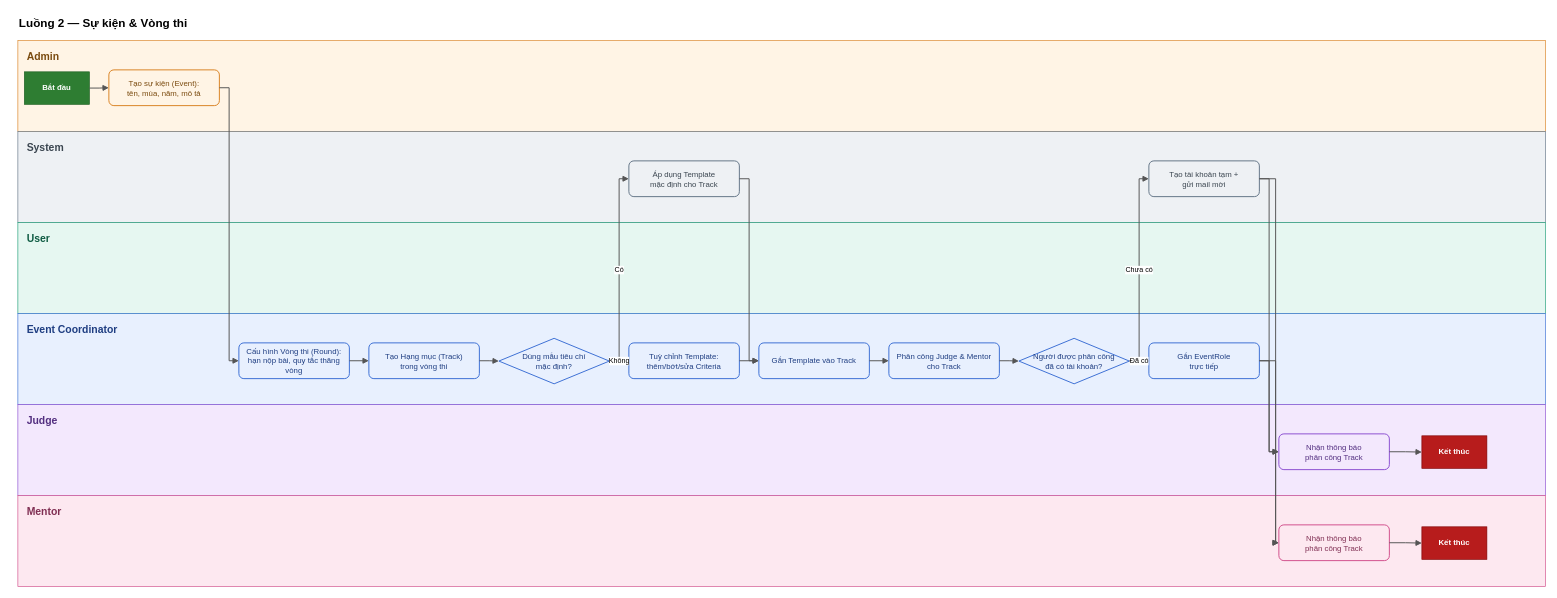
The draw.io diagram docs/swimlane/SEAL_flow2_event.drawio in SU26-SWP-BL3W/SU26_SWP_BL3W_BE, before the edit. Source tidied: cells renumbered, new cells numbered last; positions are measured from the earlier drawing's top-left corner, leaving out a move shared by most shapes. Both pictures are drawn from the tidied source at 65%, with x=0, y=0 at pixel (18, 11).
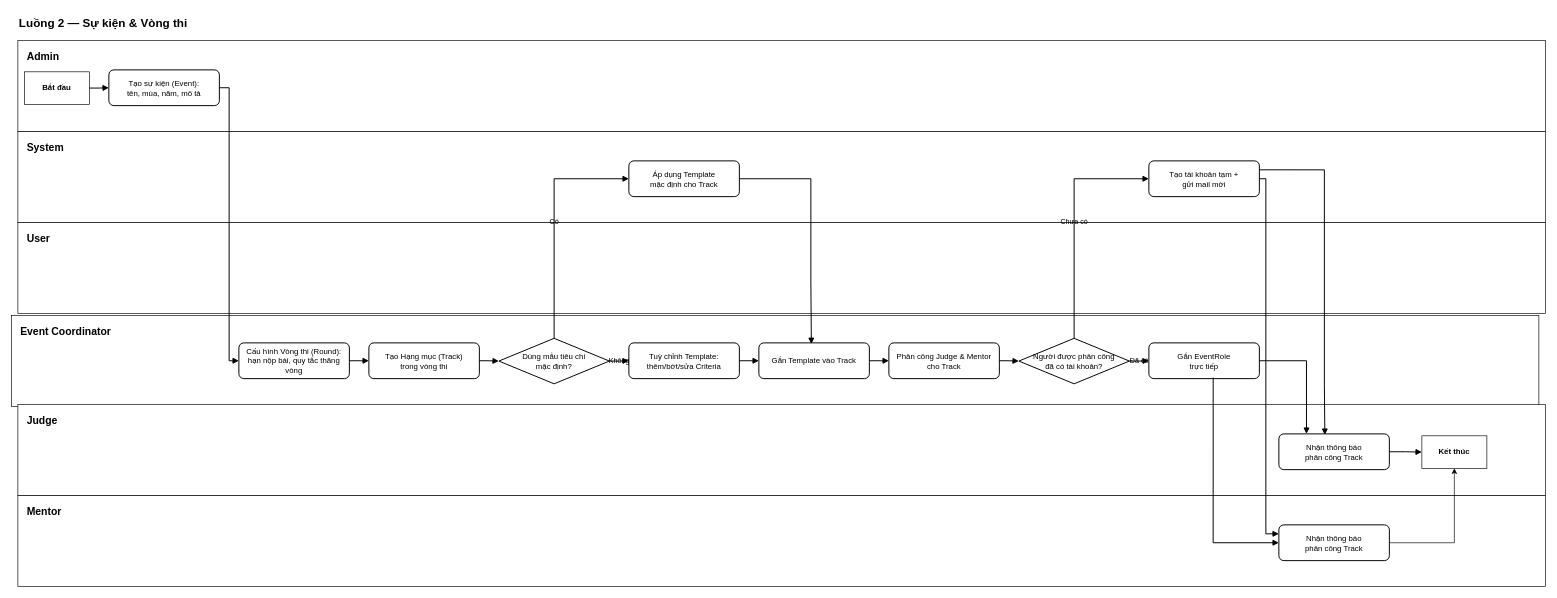
The same page after the edit.

Diff of the diagram source:
```diff
@@
-    <mxCell id="2" value="Luồng 2 — Sự kiện &amp; Vòng thi" style="text;html=1;fontSize=18;fontStyle=1;align=left;verticalAlign=middle;" parent="1" vertex="1">
+    <mxCell id="2" value="Luồng 2 — Sự kiện &amp; Vòng thi" style="text;html=1;fontSize=18;fontStyle=1;align=left;verticalAlign=middle;labelBackgroundColor=none;" parent="1" vertex="1">
       <mxGeometry width="600" height="35" as="geometry" />
     </mxCell>
-    <mxCell id="3" value="Admin" style="rounded=0;whiteSpace=wrap;html=1;fillColor=#FFF4E5;strokeColor=#D98324;fontColor=#7A4A0E;fontSize=16;fontStyle=1;align=left;verticalAlign=top;spacingLeft=12;spacingTop=8;" parent="1" vertex="1">
+    <mxCell id="3" value="Admin" style="rounded=0;whiteSpace=wrap;html=1;fontSize=16;fontStyle=1;align=left;verticalAlign=top;spacingLeft=12;spacingTop=8;labelBackgroundColor=none;" parent="1" vertex="1">
       <mxGeometry y="45" width="2350" height="140" as="geometry" />
     </mxCell>
-    <mxCell id="4" value="System" style="rounded=0;whiteSpace=wrap;html=1;fillColor=#EEF1F4;strokeColor=#647687;fontColor=#3B4650;fontSize=16;fontStyle=1;align=left;verticalAlign=top;spacingLeft=12;spacingTop=8;" parent="1" vertex="1">
+    <mxCell id="4" value="System" style="rounded=0;whiteSpace=wrap;html=1;fontSize=16;fontStyle=1;align=left;verticalAlign=top;spacingLeft=12;spacingTop=8;labelBackgroundColor=none;" parent="1" vertex="1">
       <mxGeometry y="185" width="2350" height="140" as="geometry" />
     </mxCell>
-    <mxCell id="5" value="User" style="rounded=0;whiteSpace=wrap;html=1;fillColor=#E6F7F1;strokeColor=#1E9E77;fontColor=#0F5C43;fontSize=16;fontStyle=1;align=left;verticalAlign=top;spacingLeft=12;spacingTop=8;" parent="1" vertex="1">
+    <mxCell id="5" value="User" style="rounded=0;whiteSpace=wrap;html=1;fontSize=16;fontStyle=1;align=left;verticalAlign=top;spacingLeft=12;spacingTop=8;labelBackgroundColor=none;" parent="1" vertex="1">
       <mxGeometry y="325" width="2350" height="140" as="geometry" />
     </mxCell>
-    <mxCell id="6" value="Event Coordinator" style="rounded=0;whiteSpace=wrap;html=1;fillColor=#E8F0FE;strokeColor=#3B6FD4;fontColor=#1F3E82;fontSize=16;fontStyle=1;align=left;verticalAlign=top;spacingLeft=12;spacingTop=8;" parent="1" vertex="1">
-      <mxGeometry y="465" width="2350" height="140" as="geometry" />
+    <mxCell id="6" value="Event Coordinator" style="rounded=0;whiteSpace=wrap;html=1;fontSize=16;fontStyle=1;align=left;verticalAlign=top;spacingLeft=12;spacingTop=8;labelBackgroundColor=none;" parent="1" vertex="1">
+      <mxGeometry x="-10" y="468" width="2350" height="140" as="geometry" />
     </mxCell>
-    <mxCell id="7" value="Judge" style="rounded=0;whiteSpace=wrap;html=1;fillColor=#F3E8FD;strokeColor=#8B4FD1;fontColor=#532F80;fontSize=16;fontStyle=1;align=left;verticalAlign=top;spacingLeft=12;spacingTop=8;" parent="1" vertex="1">
+    <mxCell id="7" value="Judge" style="rounded=0;whiteSpace=wrap;html=1;fontSize=16;fontStyle=1;align=left;verticalAlign=top;spacingLeft=12;spacingTop=8;labelBackgroundColor=none;" parent="1" vertex="1">
       <mxGeometry y="605" width="2350" height="140" as="geometry" />
     </mxCell>
-    <mxCell id="8" value="Mentor" style="rounded=0;whiteSpace=wrap;html=1;fillColor=#FDE8F0;strokeColor=#D14F8B;fontColor=#802F53;fontSize=16;fontStyle=1;align=left;verticalAlign=top;spacingLeft=12;spacingTop=8;" parent="1" vertex="1">
+    <mxCell id="8" value="Mentor" style="rounded=0;whiteSpace=wrap;html=1;fontSize=16;fontStyle=1;align=left;verticalAlign=top;spacingLeft=12;spacingTop=8;labelBackgroundColor=none;" parent="1" vertex="1">
       <mxGeometry y="745" width="2350" height="140" as="geometry" />
     </mxCell>
-    <mxCell id="9" value="Bắt đầu" style="terminator;whiteSpace=wrap;html=1;fontSize=12;fontStyle=1;fillColor=#2E7D32;strokeColor=#1B5E20;fontColor=#ffffff;" parent="1" vertex="1">
+    <mxCell id="9" value="Bắt đầu" style="terminator;whiteSpace=wrap;html=1;fontSize=12;fontStyle=1;labelBackgroundColor=none;" parent="1" vertex="1">
       <mxGeometry x="10" y="93" width="100" height="50" as="geometry" />
     </mxCell>
-    <mxCell id="10" value="Tạo sự kiện (Event):&#10;tên, mùa, năm, mô tả" style="rounded=1;whiteSpace=wrap;html=1;arcSize=14;fontSize=12;strokeWidth=1.5;fillColor=#FFF4E5;strokeColor=#D98324;fontColor=#7A4A0E;" parent="1" vertex="1">
+    <mxCell id="10" value="Tạo sự kiện (Event):&#10;tên, mùa, năm, mô tả" style="rounded=1;whiteSpace=wrap;html=1;arcSize=14;fontSize=12;strokeWidth=1.5;labelBackgroundColor=none;" parent="1" vertex="1">
       <mxGeometry x="140" y="90" width="170" height="55" as="geometry" />
     </mxCell>
-    <mxCell id="11" value="Cấu hình Vòng thi (Round):&#10;hạn nộp bài, quy tắc thăng vòng" style="rounded=1;whiteSpace=wrap;html=1;arcSize=14;fontSize=12;strokeWidth=1.5;fillColor=#E8F0FE;strokeColor=#3B6FD4;fontColor=#1F3E82;" parent="1" vertex="1">
+    <mxCell id="11" value="Cấu hình Vòng thi (Round):&#10;hạn nộp bài, quy tắc thăng vòng" style="rounded=1;whiteSpace=wrap;html=1;arcSize=14;fontSize=12;strokeWidth=1.5;labelBackgroundColor=none;" parent="1" vertex="1">
       <mxGeometry x="340" y="510" width="170" height="55" as="geometry" />
     </mxCell>
-    <mxCell id="12" value="Tạo Hạng mục (Track)&#10;trong vòng thi" style="rounded=1;whiteSpace=wrap;html=1;arcSize=14;fontSize=12;strokeWidth=1.5;fillColor=#E8F0FE;strokeColor=#3B6FD4;fontColor=#1F3E82;" parent="1" vertex="1">
+    <mxCell id="12" value="Tạo Hạng mục (Track)&#10;trong vòng thi" style="rounded=1;whiteSpace=wrap;html=1;arcSize=14;fontSize=12;strokeWidth=1.5;labelBackgroundColor=none;" parent="1" vertex="1">
       <mxGeometry x="540" y="510" width="170" height="55" as="geometry" />
     </mxCell>
-    <mxCell id="13" value="Dùng mẫu tiêu chí&#10;mặc định?" style="rhombus;whiteSpace=wrap;html=1;fontSize=12;strokeWidth=1.5;fillColor=#E8F0FE;strokeColor=#3B6FD4;fontColor=#1F3E82;" parent="1" vertex="1">
+    <mxCell id="13" value="Dùng mẫu tiêu chí&#10;mặc định?" style="rhombus;whiteSpace=wrap;html=1;fontSize=12;strokeWidth=1.5;labelBackgroundColor=none;" parent="1" vertex="1">
       <mxGeometry x="740" y="503" width="170" height="70" as="geometry" />
     </mxCell>
-    <mxCell id="14" value="Áp dụng Template&#10;mặc định cho Track" style="rounded=1;whiteSpace=wrap;html=1;arcSize=14;fontSize=12;strokeWidth=1.5;fillColor=#EEF1F4;strokeColor=#647687;fontColor=#3B4650;" parent="1" vertex="1">
+    <mxCell id="14" value="Áp dụng Template&#10;mặc định cho Track" style="rounded=1;whiteSpace=wrap;html=1;arcSize=14;fontSize=12;strokeWidth=1.5;labelBackgroundColor=none;" parent="1" vertex="1">
       <mxGeometry x="940" y="230" width="170" height="55" as="geometry" />
     </mxCell>
-    <mxCell id="15" value="Tuỳ chỉnh Template:&#10;thêm/bớt/sửa Criteria" style="rounded=1;whiteSpace=wrap;html=1;arcSize=14;fontSize=12;strokeWidth=1.5;fillColor=#E8F0FE;strokeColor=#3B6FD4;fontColor=#1F3E82;" parent="1" vertex="1">
+    <mxCell id="15" value="Tuỳ chỉnh Template:&#10;thêm/bớt/sửa Criteria" style="rounded=1;whiteSpace=wrap;html=1;arcSize=14;fontSize=12;strokeWidth=1.5;labelBackgroundColor=none;" parent="1" vertex="1">
       <mxGeometry x="940" y="510" width="170" height="55" as="geometry" />
     </mxCell>
-    <mxCell id="16" value="Gắn Template vào Track" style="rounded=1;whiteSpace=wrap;html=1;arcSize=14;fontSize=12;strokeWidth=1.5;fillColor=#E8F0FE;strokeColor=#3B6FD4;fontColor=#1F3E82;" parent="1" vertex="1">
+    <mxCell id="16" value="Gắn Template vào Track" style="rounded=1;whiteSpace=wrap;html=1;arcSize=14;fontSize=12;strokeWidth=1.5;labelBackgroundColor=none;" parent="1" vertex="1">
       <mxGeometry x="1140" y="510" width="170" height="55" as="geometry" />
     </mxCell>
-    <mxCell id="17" value="Phân công Judge &amp; Mentor&#10;cho Track" style="rounded=1;whiteSpace=wrap;html=1;arcSize=14;fontSize=12;strokeWidth=1.5;fillColor=#E8F0FE;strokeColor=#3B6FD4;fontColor=#1F3E82;" parent="1" vertex="1">
+    <mxCell id="17" value="Phân công Judge &amp; Mentor&#10;cho Track" style="rounded=1;whiteSpace=wrap;html=1;arcSize=14;fontSize=12;strokeWidth=1.5;labelBackgroundColor=none;" parent="1" vertex="1">
       <mxGeometry x="1340" y="510" width="170" height="55" as="geometry" />
     </mxCell>
-    <mxCell id="18" value="Người được phân công&#10;đã có tài khoản?" style="rhombus;whiteSpace=wrap;html=1;fontSize=12;strokeWidth=1.5;fillColor=#E8F0FE;strokeColor=#3B6FD4;fontColor=#1F3E82;" parent="1" vertex="1">
+    <mxCell id="18" value="Người được phân công&#10;đã có tài khoản?" style="rhombus;whiteSpace=wrap;html=1;fontSize=12;strokeWidth=1.5;labelBackgroundColor=none;" parent="1" vertex="1">
       <mxGeometry x="1540" y="503" width="170" height="70" as="geometry" />
     </mxCell>
-    <mxCell id="19" value="Tạo tài khoản tạm +&#10;gửi mail mời" style="rounded=1;whiteSpace=wrap;html=1;arcSize=14;fontSize=12;strokeWidth=1.5;fillColor=#EEF1F4;strokeColor=#647687;fontColor=#3B4650;" parent="1" vertex="1">
+    <mxCell id="19" value="Tạo tài khoản tạm +&#10;gửi mail mời" style="rounded=1;whiteSpace=wrap;html=1;arcSize=14;fontSize=12;strokeWidth=1.5;labelBackgroundColor=none;" parent="1" vertex="1">
       <mxGeometry x="1740" y="230" width="170" height="55" as="geometry" />
     </mxCell>
-    <mxCell id="20" value="Gắn EventRole&#10;trực tiếp" style="rounded=1;whiteSpace=wrap;html=1;arcSize=14;fontSize=12;strokeWidth=1.5;fillColor=#E8F0FE;strokeColor=#3B6FD4;fontColor=#1F3E82;" parent="1" vertex="1">
+    <mxCell id="20" value="Gắn EventRole&#10;trực tiếp" style="rounded=1;whiteSpace=wrap;html=1;arcSize=14;fontSize=12;strokeWidth=1.5;labelBackgroundColor=none;" parent="1" vertex="1">
       <mxGeometry x="1740" y="510" width="170" height="55" as="geometry" />
     </mxCell>
-    <mxCell id="21" value="Nhận thông báo&#10;phân công Track" style="rounded=1;whiteSpace=wrap;html=1;arcSize=14;fontSize=12;strokeWidth=1.5;fillColor=#F3E8FD;strokeColor=#8B4FD1;fontColor=#532F80;" parent="1" vertex="1">
+    <mxCell id="21" value="Nhận thông báo&#10;phân công Track" style="rounded=1;whiteSpace=wrap;html=1;arcSize=14;fontSize=12;strokeWidth=1.5;labelBackgroundColor=none;" parent="1" vertex="1">
       <mxGeometry x="1940" y="650" width="170" height="55" as="geometry" />
     </mxCell>
+    <mxCell id="43" style="edgeStyle=orthogonalEdgeStyle;rounded=0;jettySize=auto;html=1;entryX=0.5;entryY=1;entryDx=0;entryDy=0;labelBackgroundColor=none;fontColor=default;" parent="1" edge="1" source="22" target="23">
+      <mxGeometry relative="1" as="geometry" />
+    </mxCell>
-    <mxCell id="22" value="Nhận thông báo&#10;phân công Track" style="rounded=1;whiteSpace=wrap;html=1;arcSize=14;fontSize=12;strokeWidth=1.5;fillColor=#FDE8F0;strokeColor=#D14F8B;fontColor=#802F53;" parent="1" vertex="1">
+    <mxCell id="22" value="Nhận thông báo&#10;phân công Track" style="rounded=1;whiteSpace=wrap;html=1;arcSize=14;fontSize=12;strokeWidth=1.5;labelBackgroundColor=none;" parent="1" vertex="1">
       <mxGeometry x="1940" y="790" width="170" height="55" as="geometry" />
     </mxCell>
-    <mxCell id="23" value="Kết thúc" style="terminator;whiteSpace=wrap;html=1;fontSize=12;fontStyle=1;fillColor=#B71C1C;strokeColor=#7F0000;fontColor=#ffffff;" parent="1" vertex="1">
+    <mxCell id="23" value="Kết thúc" style="terminator;whiteSpace=wrap;html=1;fontSize=12;fontStyle=1;labelBackgroundColor=none;" parent="1" vertex="1">
       <mxGeometry x="2160" y="653" width="100" height="50" as="geometry" />
     </mxCell>
-    <mxCell id="24" value="Kết thúc" style="terminator;whiteSpace=wrap;html=1;fontSize=12;fontStyle=1;fillColor=#B71C1C;strokeColor=#7F0000;fontColor=#ffffff;" parent="1" vertex="1">
-      <mxGeometry x="2160" y="793" width="100" height="50" as="geometry" />
-    </mxCell>
-    <mxCell id="25" style="edgeStyle=orthogonalEdgeStyle;rounded=0;html=1;exitX=1;exitY=0.5;entryX=0;entryY=0.5;strokeColor=#555555;strokeWidth=1.5;endArrow=block;endFill=1;" parent="1" edge="1" source="9" target="10">
+    <mxCell id="25" style="edgeStyle=orthogonalEdgeStyle;rounded=0;html=1;exitX=1;exitY=0.5;entryX=0;entryY=0.5;strokeWidth=1.5;endArrow=block;endFill=1;labelBackgroundColor=none;fontColor=default;" parent="1" edge="1" source="9" target="10">
       <mxGeometry relative="1" as="geometry" />
     </mxCell>
-    <mxCell id="26" style="edgeStyle=orthogonalEdgeStyle;rounded=0;html=1;exitX=1;exitY=0.5;entryX=0;entryY=0.5;strokeColor=#555555;strokeWidth=1.5;endArrow=block;endFill=1;" parent="1" edge="1" source="21" target="23">
+    <mxCell id="26" style="edgeStyle=orthogonalEdgeStyle;rounded=0;html=1;exitX=1;exitY=0.5;entryX=0;entryY=0.5;strokeWidth=1.5;endArrow=block;endFill=1;labelBackgroundColor=none;fontColor=default;" parent="1" edge="1" source="21" target="23">
       <mxGeometry relative="1" as="geometry" />
     </mxCell>
-    <mxCell id="27" style="edgeStyle=orthogonalEdgeStyle;rounded=0;html=1;exitX=1;exitY=0.5;entryX=0;entryY=0.5;strokeColor=#555555;strokeWidth=1.5;endArrow=block;endFill=1;" parent="1" edge="1" source="22" target="24">
-      <mxGeometry relative="1" as="geometry" />
-    </mxCell>
-    <mxCell id="28" style="edgeStyle=orthogonalEdgeStyle;rounded=0;html=1;exitX=1;exitY=0.5;entryX=0;entryY=0.5;strokeColor=#555555;strokeWidth=1.5;endArrow=block;endFill=1;" parent="1" edge="1" source="10" target="11">
+    <mxCell id="28" style="edgeStyle=orthogonalEdgeStyle;rounded=0;html=1;exitX=1;exitY=0.5;entryX=0;entryY=0.5;strokeWidth=1.5;endArrow=block;endFill=1;labelBackgroundColor=none;fontColor=default;" parent="1" edge="1" source="10" target="11">
       <mxGeometry relative="1" as="geometry">
         <Array as="points">
           <mxPoint x="325" y="117" />
           <mxPoint x="325" y="537" />
         </Array>
       </mxGeometry>
     </mxCell>
-    <mxCell id="29" style="edgeStyle=orthogonalEdgeStyle;rounded=0;html=1;exitX=1;exitY=0.5;entryX=0;entryY=0.5;strokeColor=#555555;strokeWidth=1.5;endArrow=block;endFill=1;" parent="1" edge="1" source="11" target="12">
+    <mxCell id="29" style="edgeStyle=orthogonalEdgeStyle;rounded=0;html=1;exitX=1;exitY=0.5;entryX=0;entryY=0.5;strokeWidth=1.5;endArrow=block;endFill=1;labelBackgroundColor=none;fontColor=default;" parent="1" edge="1" source="11" target="12">
       <mxGeometry relative="1" as="geometry" />
     </mxCell>
-    <mxCell id="30" style="edgeStyle=orthogonalEdgeStyle;rounded=0;html=1;exitX=1;exitY=0.5;entryX=0;entryY=0.5;strokeColor=#555555;strokeWidth=1.5;endArrow=block;endFill=1;" parent="1" edge="1" source="12" target="13">
+    <mxCell id="30" style="edgeStyle=orthogonalEdgeStyle;rounded=0;html=1;exitX=1;exitY=0.5;entryX=0;entryY=0.5;strokeWidth=1.5;endArrow=block;endFill=1;labelBackgroundColor=none;fontColor=default;" parent="1" edge="1" source="12" target="13">
       <mxGeometry relative="1" as="geometry" />
     </mxCell>
-    <mxCell id="31" value="Có" style="edgeStyle=orthogonalEdgeStyle;rounded=0;html=1;exitX=1;exitY=0.5;entryX=0;entryY=0.5;strokeColor=#555555;strokeWidth=1.5;endArrow=block;endFill=1;labelBackgroundColor=#ffffff;fontSize=11;" parent="1" edge="1" source="13" target="14">
+    <mxCell id="31" value="Có" style="edgeStyle=orthogonalEdgeStyle;rounded=0;html=1;exitX=0.5;exitY=0;entryX=0;entryY=0.5;strokeWidth=1.5;endArrow=block;endFill=1;labelBackgroundColor=none;fontSize=11;exitDx=0;exitDy=0;fontColor=default;" parent="1" edge="1" source="13" target="14">
       <mxGeometry relative="1" as="geometry">
         <Array as="points">
-          <mxPoint x="925" y="538" />
-          <mxPoint x="925" y="257" />
+          <mxPoint x="825.1" y="257.5" />
         </Array>
       </mxGeometry>
     </mxCell>
-    <mxCell id="32" value="Không" style="edgeStyle=orthogonalEdgeStyle;rounded=0;html=1;exitX=1;exitY=0.5;entryX=0;entryY=0.5;strokeColor=#555555;strokeWidth=1.5;endArrow=block;endFill=1;labelBackgroundColor=#ffffff;fontSize=11;" parent="1" edge="1" source="13" target="15">
+    <mxCell id="32" value="Không" style="edgeStyle=orthogonalEdgeStyle;rounded=0;html=1;exitX=1;exitY=0.5;entryX=0;entryY=0.5;strokeWidth=1.5;endArrow=block;endFill=1;labelBackgroundColor=none;fontSize=11;fontColor=default;" parent="1" edge="1" source="13" target="15">
       <mxGeometry relative="1" as="geometry" />
     </mxCell>
-    <mxCell id="33" style="edgeStyle=orthogonalEdgeStyle;rounded=0;html=1;exitX=1;exitY=0.5;entryX=0;entryY=0.5;strokeColor=#555555;strokeWidth=1.5;endArrow=block;endFill=1;" parent="1" edge="1" source="14" target="16">
+    <mxCell id="33" style="edgeStyle=orthogonalEdgeStyle;rounded=0;html=1;exitX=1;exitY=0.5;entryX=0.475;entryY=0.033;strokeWidth=1.5;endArrow=block;endFill=1;entryDx=0;entryDy=0;entryPerimeter=0;labelBackgroundColor=none;fontColor=default;" parent="1" edge="1" source="14" target="16">
       <mxGeometry relative="1" as="geometry">
         <Array as="points">
-          <mxPoint x="1125" y="257" />
-          <mxPoint x="1125" y="537" />
+          <mxPoint x="1220" y="257.5" />
+          <mxPoint x="1220" y="415" />
+          <mxPoint x="1220.8" y="415" />
         </Array>
       </mxGeometry>
     </mxCell>
-    <mxCell id="34" style="edgeStyle=orthogonalEdgeStyle;rounded=0;html=1;exitX=1;exitY=0.5;entryX=0;entryY=0.5;strokeColor=#555555;strokeWidth=1.5;endArrow=block;endFill=1;" parent="1" edge="1" source="15" target="16">
+    <mxCell id="34" style="edgeStyle=orthogonalEdgeStyle;rounded=0;html=1;exitX=1;exitY=0.5;entryX=0;entryY=0.5;strokeWidth=1.5;endArrow=block;endFill=1;labelBackgroundColor=none;fontColor=default;" parent="1" edge="1" source="15" target="16">
       <mxGeometry relative="1" as="geometry" />
     </mxCell>
-    <mxCell id="35" style="edgeStyle=orthogonalEdgeStyle;rounded=0;html=1;exitX=1;exitY=0.5;entryX=0;entryY=0.5;strokeColor=#555555;strokeWidth=1.5;endArrow=block;endFill=1;" parent="1" edge="1" source="16" target="17">
+    <mxCell id="35" style="edgeStyle=orthogonalEdgeStyle;rounded=0;html=1;exitX=1;exitY=0.5;entryX=0;entryY=0.5;strokeWidth=1.5;endArrow=block;endFill=1;labelBackgroundColor=none;fontColor=default;" parent="1" edge="1" source="16" target="17">
       <mxGeometry relative="1" as="geometry" />
     </mxCell>
-    <mxCell id="36" style="edgeStyle=orthogonalEdgeStyle;rounded=0;html=1;exitX=1;exitY=0.5;entryX=0;entryY=0.5;strokeColor=#555555;strokeWidth=1.5;endArrow=block;endFill=1;" parent="1" edge="1" source="17" target="18">
+    <mxCell id="36" style="edgeStyle=orthogonalEdgeStyle;rounded=0;html=1;exitX=1;exitY=0.5;entryX=0;entryY=0.5;strokeWidth=1.5;endArrow=block;endFill=1;labelBackgroundColor=none;fontColor=default;" parent="1" edge="1" source="17" target="18">
       <mxGeometry relative="1" as="geometry" />
     </mxCell>
-    <mxCell id="37" value="Chưa có" style="edgeStyle=orthogonalEdgeStyle;rounded=0;html=1;exitX=1;exitY=0.5;entryX=0;entryY=0.5;strokeColor=#555555;strokeWidth=1.5;endArrow=block;endFill=1;labelBackgroundColor=#ffffff;fontSize=11;" parent="1" edge="1" source="18" target="19">
+    <mxCell id="37" value="Chưa có" style="edgeStyle=orthogonalEdgeStyle;rounded=0;html=1;exitX=0.5;exitY=0;entryX=0;entryY=0.5;strokeWidth=1.5;endArrow=block;endFill=1;labelBackgroundColor=none;fontSize=11;exitDx=0;exitDy=0;fontColor=default;" parent="1" edge="1" source="18" target="19">
       <mxGeometry relative="1" as="geometry">
         <Array as="points">
-          <mxPoint x="1725" y="538" />
-          <mxPoint x="1725" y="257" />
+          <mxPoint x="1625" y="257.5" />
         </Array>
       </mxGeometry>
     </mxCell>
-    <mxCell id="38" value="Đã có" style="edgeStyle=orthogonalEdgeStyle;rounded=0;html=1;exitX=1;exitY=0.5;entryX=0;entryY=0.5;strokeColor=#555555;strokeWidth=1.5;endArrow=block;endFill=1;labelBackgroundColor=#ffffff;fontSize=11;" parent="1" edge="1" source="18" target="20">
+    <mxCell id="38" value="Đã có" style="edgeStyle=orthogonalEdgeStyle;rounded=0;html=1;exitX=1;exitY=0.5;entryX=0;entryY=0.5;strokeWidth=1.5;endArrow=block;endFill=1;labelBackgroundColor=none;fontSize=11;fontColor=default;" parent="1" edge="1" source="18" target="20">
       <mxGeometry relative="1" as="geometry" />
     </mxCell>
-    <mxCell id="39" style="edgeStyle=orthogonalEdgeStyle;rounded=0;html=1;exitX=1;exitY=0.5;entryX=0;entryY=0.5;strokeColor=#555555;strokeWidth=1.5;endArrow=block;endFill=1;" parent="1" edge="1" source="19" target="21">
+    <mxCell id="39" style="edgeStyle=orthogonalEdgeStyle;rounded=0;html=1;exitX=1;exitY=0.25;entryX=0.416;entryY=0.029;strokeWidth=1.5;endArrow=block;endFill=1;exitDx=0;exitDy=0;entryDx=0;entryDy=0;entryPerimeter=0;labelBackgroundColor=none;fontColor=default;" parent="1" edge="1" source="19" target="21">
       <mxGeometry relative="1" as="geometry">
         <Array as="points">
-          <mxPoint x="1925" y="257" />
-          <mxPoint x="1925" y="677" />
+          <mxPoint x="2010" y="243.8" />
+          <mxPoint x="2010" y="575" />
+          <mxPoint x="2010.7" y="575" />
         </Array>
       </mxGeometry>
     </mxCell>
-    <mxCell id="40" style="edgeStyle=orthogonalEdgeStyle;rounded=0;html=1;exitX=1;exitY=0.5;entryX=0;entryY=0.5;strokeColor=#555555;strokeWidth=1.5;endArrow=block;endFill=1;" parent="1" edge="1" source="19" target="22">
+    <mxCell id="40" style="edgeStyle=orthogonalEdgeStyle;rounded=0;html=1;exitX=1;exitY=0.5;entryX=0;entryY=0.25;strokeWidth=1.5;endArrow=block;endFill=1;entryDx=0;entryDy=0;labelBackgroundColor=none;fontColor=default;" parent="1" edge="1" source="19" target="22">
       <mxGeometry relative="1" as="geometry">
         <Array as="points">
-          <mxPoint x="1935" y="257" />
-          <mxPoint x="1935" y="817" />
+          <mxPoint x="1920" y="257.5" />
+          <mxPoint x="1920" y="803.8" />
         </Array>
       </mxGeometry>
     </mxCell>
-    <mxCell id="41" style="edgeStyle=orthogonalEdgeStyle;rounded=0;html=1;exitX=1;exitY=0.5;entryX=0;entryY=0.5;strokeColor=#555555;strokeWidth=1.5;endArrow=block;endFill=1;" parent="1" edge="1" source="20" target="21">
+    <mxCell id="41" style="edgeStyle=orthogonalEdgeStyle;rounded=0;html=1;exitX=1;exitY=0.5;entryX=0.25;entryY=0;strokeWidth=1.5;endArrow=block;endFill=1;entryDx=0;entryDy=0;labelBackgroundColor=none;fontColor=default;" parent="1" edge="1" source="20" target="21">
       <mxGeometry relative="1" as="geometry">
         <Array as="points">
-          <mxPoint x="1925" y="537" />
-          <mxPoint x="1925" y="677" />
+          <mxPoint x="1982.5" y="537.5" />
         </Array>
       </mxGeometry>
     </mxCell>
-    <mxCell id="42" style="edgeStyle=orthogonalEdgeStyle;rounded=0;html=1;exitX=1;exitY=0.5;entryX=0;entryY=0.5;strokeColor=#555555;strokeWidth=1.5;endArrow=block;endFill=1;" parent="1" edge="1" source="20" target="22">
+    <mxCell id="42" style="edgeStyle=orthogonalEdgeStyle;rounded=0;html=1;exitX=0.582;exitY=0.97;entryX=0;entryY=0.5;strokeWidth=1.5;endArrow=block;endFill=1;exitDx=0;exitDy=0;exitPerimeter=0;labelBackgroundColor=none;fontColor=default;" parent="1" edge="1" source="20" target="22">
       <mxGeometry relative="1" as="geometry">
         <Array as="points">
-          <mxPoint x="1935" y="537" />
-          <mxPoint x="1935" y="817" />
+          <mxPoint x="1838.9" y="817.5" />
         </Array>
       </mxGeometry>
     </mxCell>
```
